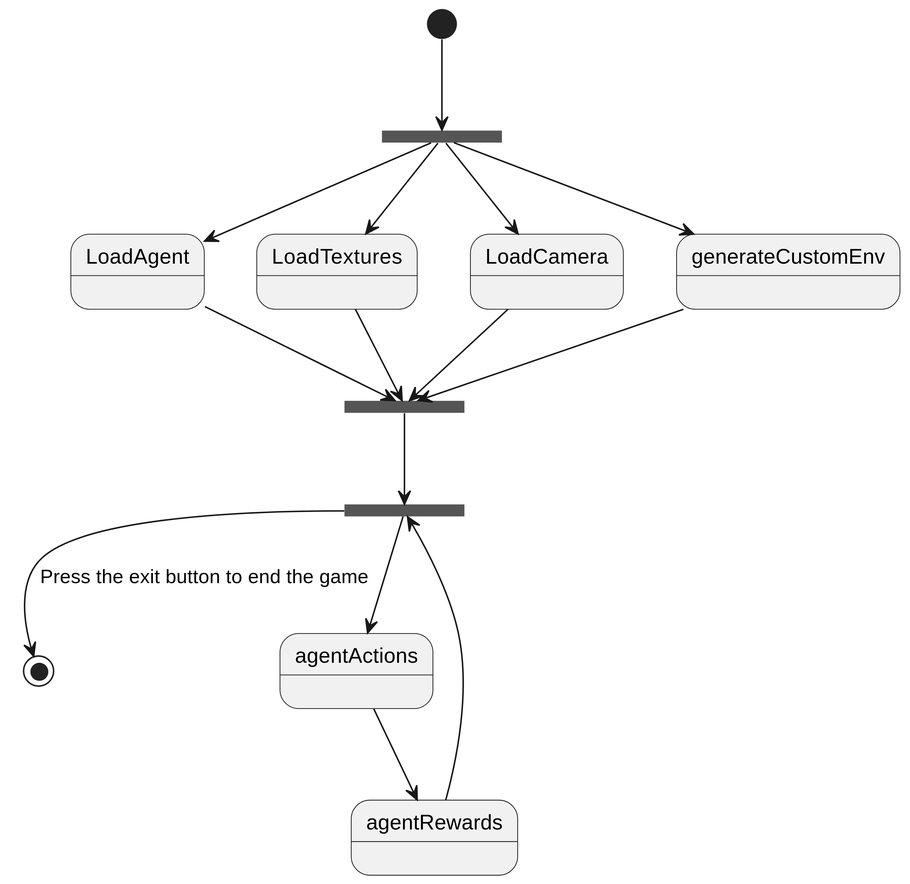
Before: Diagrams/state/state2.svg, a diagram exported from PlantUML (2333263/ScrumDogMillionaires).
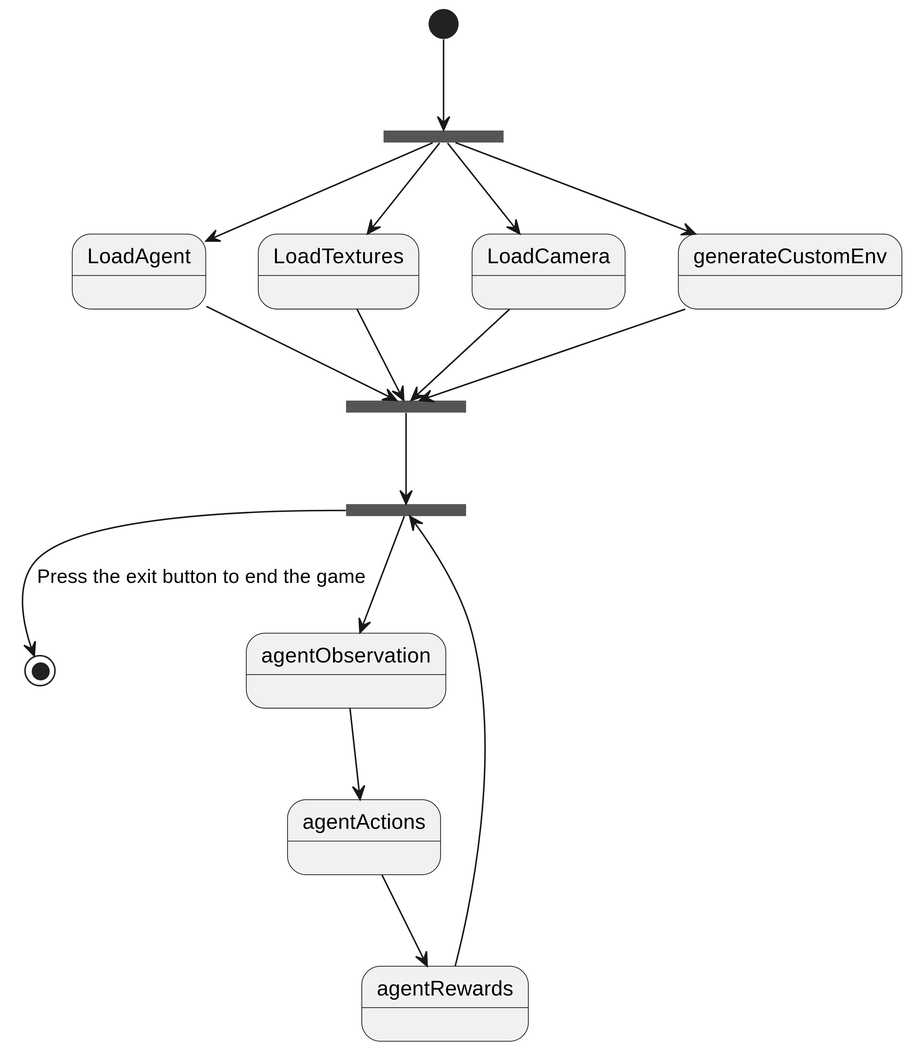
After the commit.

Commit message:
Updated the class and state diagrams

The edit, as a diff of the source:
```diff
@@ -20,7 +20,8 @@
 join_environment --> agent_fork
 
 agent_fork --> [*] : Press the exit button to end the game
-agent_fork --> agentActions
+agent_fork --> agentObservation
+agentObservation --> agentActions
 agentActions --> agentRewards
 agentRewards --> agent_fork
 
```
